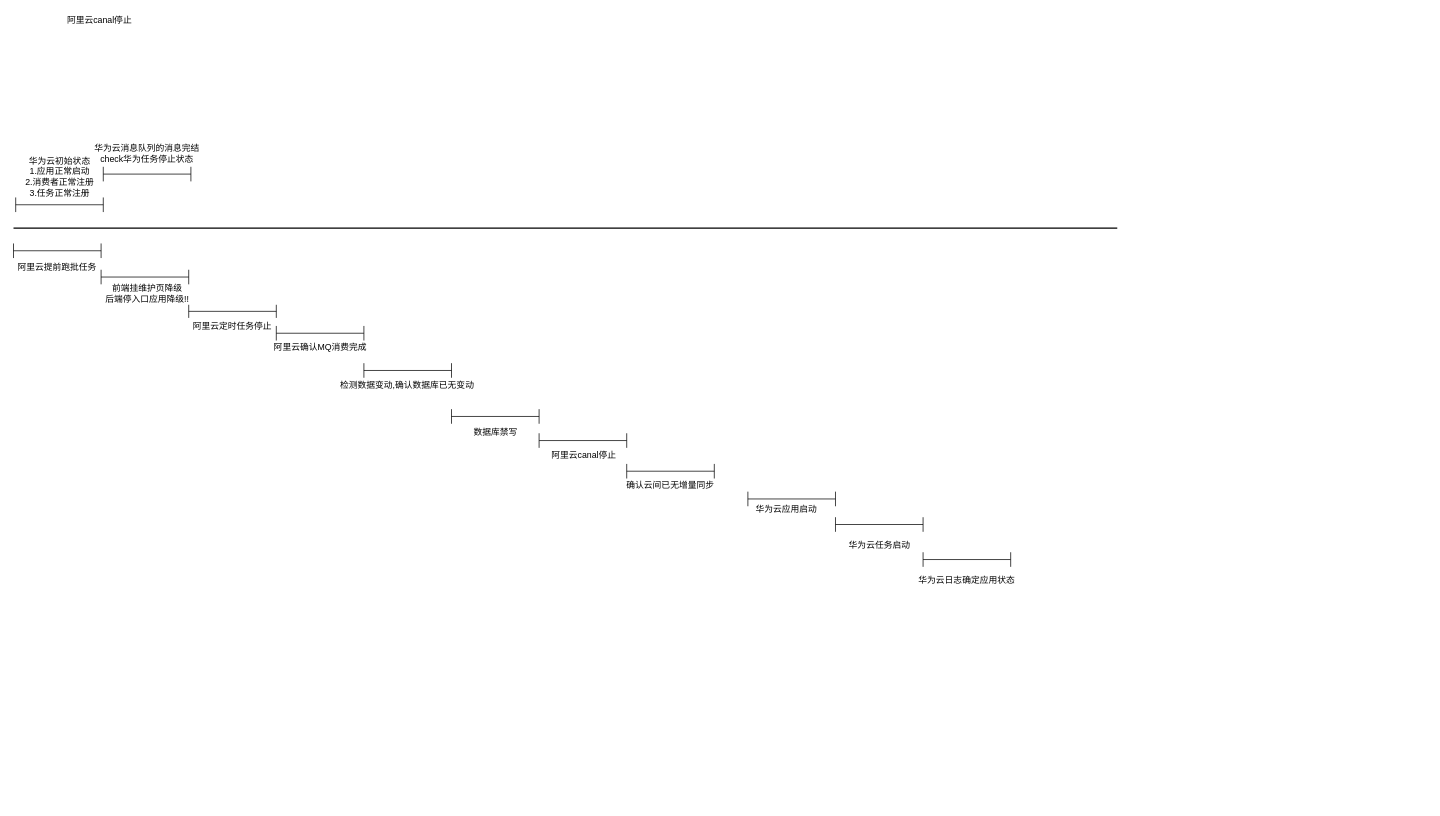
Earlier version of the draw.io diagram 割接当天.drawio (mingtian110/pc_home). Source tidied: cells renumbered, new cells numbered last; positions are measured from the earlier drawing's top-left corner, leaving out a move shared by most shapes. Both pictures are drawn from the tidied source at 73%, with x=0, y=0 at pixel (13, 12).
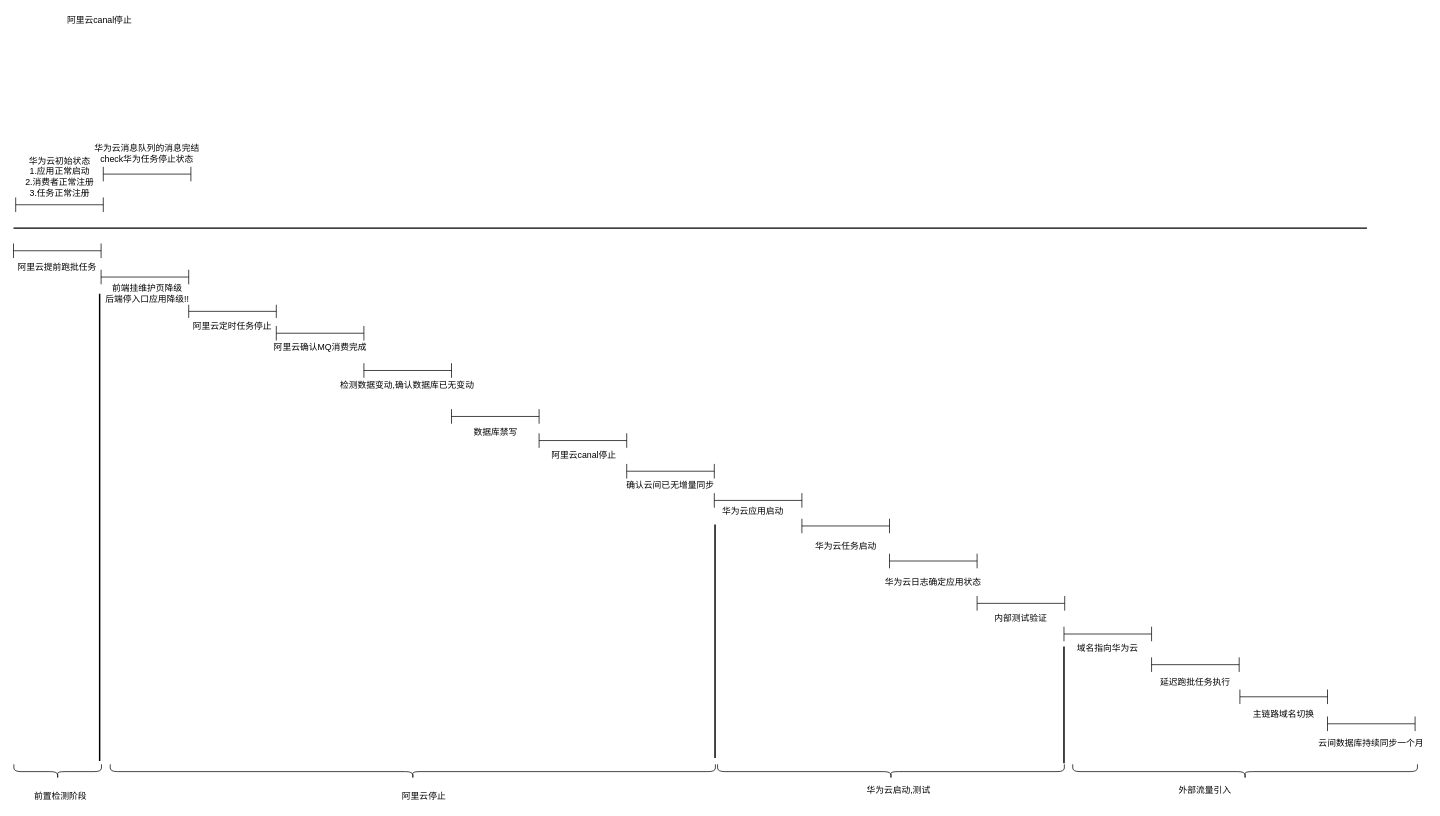
The same diagram, later.

Commit message (it also covers changes not shown here):
更新割接当天.drawio

The edit, as a diff of the source:
```diff
@@
     <mxCell id="3" value="华为云应用启动" style="text;html=1;strokeColor=none;fillColor=none;align=center;verticalAlign=middle;whiteSpace=wrap;rounded=0;" parent="1" vertex="1">
-      <mxGeometry x="1006" y="671" width="106" height="20" as="geometry" />
+      <mxGeometry x="960" y="673" width="106" height="20" as="geometry" />
     </mxCell>
     <mxCell id="4" value="华为云任务启动" style="text;html=1;strokeColor=none;fillColor=none;align=center;verticalAlign=middle;whiteSpace=wrap;rounded=0;" parent="1" vertex="1">
-      <mxGeometry x="1130.5" y="719" width="111" height="20" as="geometry" />
+      <mxGeometry x="1084.5" y="721" width="111" height="20" as="geometry" />
     </mxCell>
     <mxCell id="5" value="华为云日志确定应用状态" style="text;html=1;strokeColor=none;fillColor=none;align=center;verticalAlign=middle;whiteSpace=wrap;rounded=0;" parent="1" vertex="1">
-      <mxGeometry x="1234" y="768" width="144" height="20" as="geometry" />
+      <mxGeometry x="1188" y="770" width="144" height="20" as="geometry" />
     </mxCell>
     <mxCell id="6" style="line;strokeWidth=2;html=1;fillColor=#A8DADC;" parent="1" vertex="1">
-      <mxGeometry y="290" width="1512" height="10" as="geometry" />
+      <mxGeometry y="290" width="1854" height="10" as="geometry" />
     </mxCell>
@@
     <mxCell id="16" style="shape=crossbar;whiteSpace=wrap;html=1;rounded=1;fillColor=#A8DADC;" parent="1" vertex="1">
-      <mxGeometry x="1126" y="691" width="120" height="20" as="geometry" />
+      <mxGeometry x="1080" y="693" width="120" height="20" as="geometry" />
     </mxCell>
     <mxCell id="17" style="shape=crossbar;whiteSpace=wrap;html=1;rounded=1;fillColor=#A8DADC;" parent="1" vertex="1">
-      <mxGeometry x="1246" y="739" width="120" height="20" as="geometry" />
+      <mxGeometry x="1200" y="741" width="120" height="20" as="geometry" />
     </mxCell>
     <mxCell id="18" style="shape=crossbar;whiteSpace=wrap;html=1;rounded=1;fillColor=#A8DADC;" parent="1" vertex="1">
-      <mxGeometry x="1006" y="656" width="120" height="20" as="geometry" />
+      <mxGeometry x="960" y="658" width="120" height="20" as="geometry" />
     </mxCell>
@@
+    <mxCell id="30" value="内部测试验证" style="text;html=1;strokeColor=none;fillColor=none;align=center;verticalAlign=middle;whiteSpace=wrap;rounded=0;" parent="1" vertex="1">
+      <mxGeometry x="1308" y="819" width="144" height="20" as="geometry" />
+    </mxCell>
+    <mxCell id="31" style="shape=crossbar;whiteSpace=wrap;html=1;rounded=1;fillColor=#A8DADC;" parent="1" vertex="1">
+      <mxGeometry x="1320" y="799" width="120" height="20" as="geometry" />
+    </mxCell>
+    <mxCell id="32" value="域名指向华为云" style="text;html=1;strokeColor=none;fillColor=none;align=center;verticalAlign=middle;whiteSpace=wrap;rounded=0;" parent="1" vertex="1">
+      <mxGeometry x="1427" y="861" width="144" height="20" as="geometry" />
+    </mxCell>
+    <mxCell id="33" style="shape=crossbar;whiteSpace=wrap;html=1;rounded=1;fillColor=#A8DADC;" parent="1" vertex="1">
+      <mxGeometry x="1439" y="841" width="120" height="20" as="geometry" />
+    </mxCell>
+    <mxCell id="34" style="shape=crossbar;whiteSpace=wrap;html=1;rounded=1;fillColor=#A8DADC;" parent="1" vertex="1">
+      <mxGeometry x="1559" y="883" width="120" height="20" as="geometry" />
+    </mxCell>
+    <mxCell id="35" value="延迟跑批任务执行" style="text;html=1;strokeColor=none;fillColor=none;align=center;verticalAlign=middle;whiteSpace=wrap;rounded=0;" parent="1" vertex="1">
+      <mxGeometry x="1547" y="907" width="144" height="20" as="geometry" />
+    </mxCell>
+    <mxCell id="36" style="shape=crossbar;whiteSpace=wrap;html=1;rounded=1;fillColor=#A8DADC;" parent="1" vertex="1">
+      <mxGeometry x="1680" y="927" width="120" height="20" as="geometry" />
+    </mxCell>
+    <mxCell id="37" value="主链路域名切换" style="text;html=1;strokeColor=none;fillColor=none;align=center;verticalAlign=middle;whiteSpace=wrap;rounded=0;" parent="1" vertex="1">
+      <mxGeometry x="1668" y="951" width="144" height="20" as="geometry" />
+    </mxCell>
+    <mxCell id="38" style="shape=curlyBracket;whiteSpace=wrap;html=1;rounded=1;fillColor=#A8DADC;rotation=-90;" parent="1" vertex="1">
+      <mxGeometry x="50.5" y="979.5" width="20" height="120" as="geometry" />
+    </mxCell>
+    <mxCell id="39" style="shape=curlyBracket;whiteSpace=wrap;html=1;rounded=1;fillColor=#A8DADC;rotation=-90;" parent="1" vertex="1">
+      <mxGeometry x="537" y="625" width="20" height="829" as="geometry" />
+    </mxCell>
+    <mxCell id="40" value="前置检测阶段" style="text;html=1;strokeColor=none;fillColor=none;align=center;verticalAlign=middle;whiteSpace=wrap;rounded=0;" parent="1" vertex="1">
+      <mxGeometry x="15.5" y="1063.5" width="97" height="20" as="geometry" />
+    </mxCell>
+    <mxCell id="41" value="阿里云停止" style="text;html=1;strokeColor=none;fillColor=none;align=center;verticalAlign=middle;whiteSpace=wrap;rounded=0;" parent="1" vertex="1">
+      <mxGeometry x="513.5" y="1063.5" width="97" height="20" as="geometry" />
+    </mxCell>
+    <mxCell id="42" style="shape=curlyBracket;whiteSpace=wrap;html=1;rounded=1;fillColor=#A8DADC;rotation=-90;" parent="1" vertex="1">
+      <mxGeometry x="1192" y="802" width="20" height="475" as="geometry" />
+    </mxCell>
+    <mxCell id="43" value="华为云启动,测试" style="text;html=1;strokeColor=none;fillColor=none;align=center;verticalAlign=middle;whiteSpace=wrap;rounded=0;" parent="1" vertex="1">
+      <mxGeometry x="1163.5" y="1055" width="97" height="20" as="geometry" />
+    </mxCell>
+    <mxCell id="44" style="shape=curlyBracket;whiteSpace=wrap;html=1;rounded=1;fillColor=#A8DADC;rotation=-90;" parent="1" vertex="1">
+      <mxGeometry x="1677.1" y="803.4" width="20" height="472.2" as="geometry" />
+    </mxCell>
+    <mxCell id="45" value="外部流量引入" style="text;html=1;strokeColor=none;fillColor=none;align=center;verticalAlign=middle;whiteSpace=wrap;rounded=0;" parent="1" vertex="1">
+      <mxGeometry x="1583.5" y="1055" width="97" height="20" as="geometry" />
+    </mxCell>
+    <mxCell id="46" style="line;strokeWidth=2;direction=south;html=1;fillColor=#A8DADC;" parent="1" vertex="1">
+      <mxGeometry x="113" y="385" width="10" height="640" as="geometry" />
+    </mxCell>
+    <mxCell id="47" style="line;strokeWidth=2;direction=south;html=1;fillColor=#A8DADC;" parent="1" vertex="1">
+      <mxGeometry x="956" y="701" width="10" height="320" as="geometry" />
+    </mxCell>
+    <mxCell id="48" style="line;strokeWidth=2;direction=south;html=1;fillColor=#A8DADC;" parent="1" vertex="1">
+      <mxGeometry x="1434" y="868" width="10" height="160" as="geometry" />
+    </mxCell>
+    <mxCell id="49" style="shape=crossbar;whiteSpace=wrap;html=1;rounded=1;fillColor=#A8DADC;" parent="1" vertex="1">
+      <mxGeometry x="1800" y="964" width="120" height="20" as="geometry" />
+    </mxCell>
+    <mxCell id="50" value="云间数据库持续同步一个月" style="text;html=1;strokeColor=none;fillColor=none;align=center;verticalAlign=middle;whiteSpace=wrap;rounded=0;" parent="1" vertex="1">
+      <mxGeometry x="1783" y="991" width="154" height="20" as="geometry" />
+    </mxCell>
```
